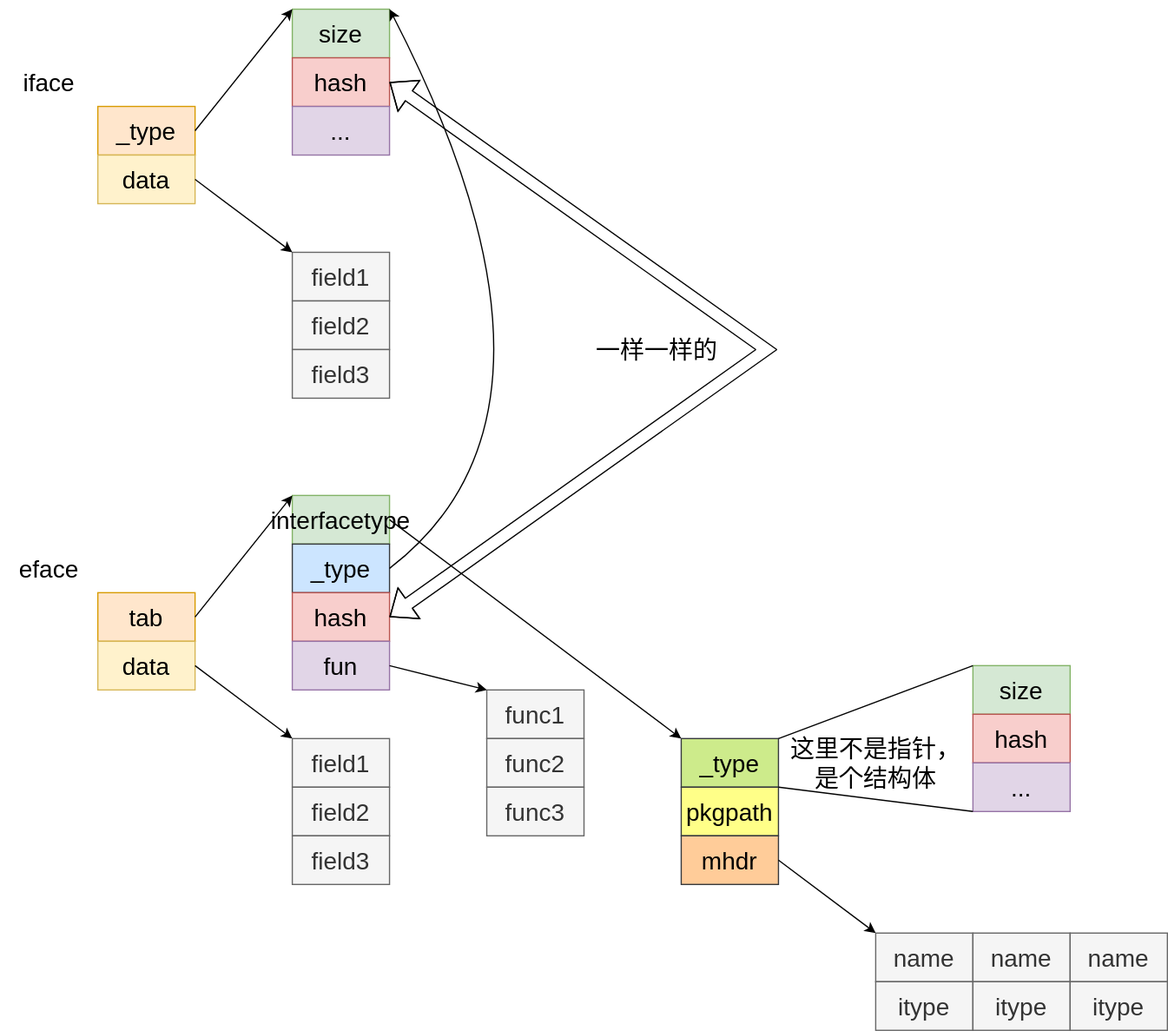
SuanCaiYv/GoBaseLearn keeps this draw.io diagram as advance/doc/interface.svg. Above is the earlier version. Source tidied: cells renumbered, new cells last; positions are measured from the earlier drawing's top-left corner, leaving out a move shared by most shapes.
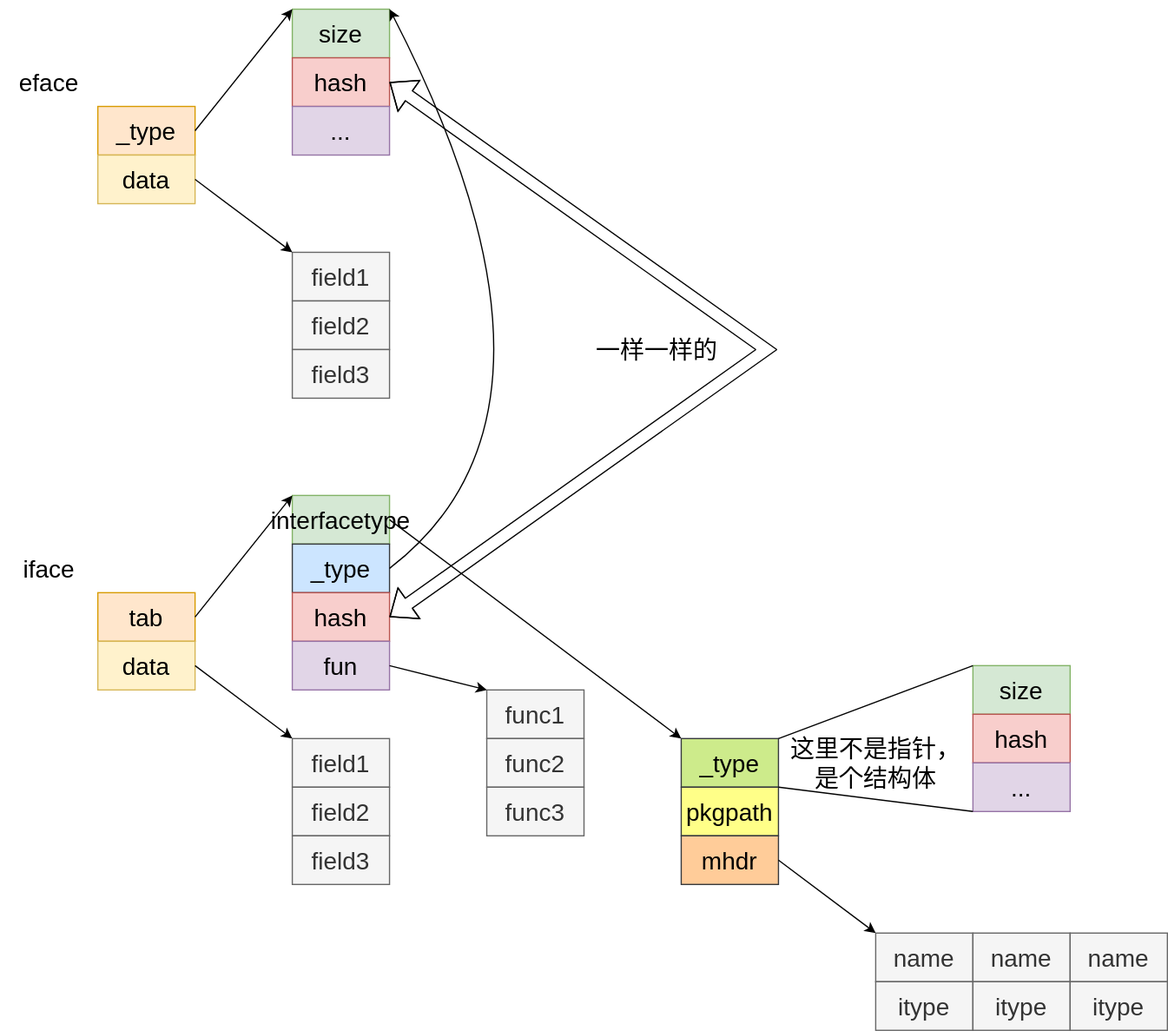
Later version of the same file.

The edit, as a diff of the source:
```diff
@@ -32,7 +32,7 @@
     <mxCell id="11" style="endArrow=classic;html=1;rounded=0;exitX=1;exitY=0.5;exitDx=0;exitDy=0;entryX=0;entryY=0;entryDx=0;entryDy=0;" parent="1" edge="1" source="3" target="7">
       <mxGeometry relative="1" as="geometry" />
     </mxCell>
-    <mxCell id="12" value="&lt;font style=&quot;font-size: 20px&quot;&gt;iface&lt;/font&gt;" style="text;html=1;strokeColor=none;fillColor=none;align=center;verticalAlign=middle;whiteSpace=wrap;rounded=0;" parent="1" vertex="1">
+    <mxCell id="12" value="&lt;font style=&quot;font-size: 20px&quot;&gt;eface&lt;/font&gt;" style="text;html=1;strokeColor=none;fillColor=none;align=center;verticalAlign=middle;whiteSpace=wrap;rounded=0;" parent="1" vertex="1">
       <mxGeometry y="40" width="80" height="40" as="geometry" />
     </mxCell>
     <mxCell id="13" value="&lt;font style=&quot;font-size: 20px&quot;&gt;tab&lt;/font&gt;" style="rounded=0;whiteSpace=wrap;html=1;fillColor=#ffe6cc;strokeColor=#d79b00;" parent="1" vertex="1">
@@ -65,7 +65,7 @@
     <mxCell id="22" style="endArrow=classic;html=1;rounded=0;exitX=1;exitY=0.5;exitDx=0;exitDy=0;entryX=0;entryY=0;entryDx=0;entryDy=0;" parent="1" edge="1" source="14" target="18">
       <mxGeometry relative="1" as="geometry" />
     </mxCell>
-    <mxCell id="23" value="&lt;font style=&quot;font-size: 20px&quot;&gt;eface&lt;/font&gt;" style="text;html=1;strokeColor=none;fillColor=none;align=center;verticalAlign=middle;whiteSpace=wrap;rounded=0;" parent="1" vertex="1">
+    <mxCell id="23" value="&lt;font style=&quot;font-size: 20px&quot;&gt;iface&lt;/font&gt;" style="text;html=1;strokeColor=none;fillColor=none;align=center;verticalAlign=middle;whiteSpace=wrap;rounded=0;" parent="1" vertex="1">
       <mxGeometry y="440" width="80" height="40" as="geometry" />
     </mxCell>
     <mxCell id="24" value="&lt;font style=&quot;font-size: 20px&quot;&gt;fun&lt;/font&gt;" style="rounded=0;whiteSpace=wrap;html=1;fillColor=#e1d5e7;strokeColor=#9673a6;" parent="1" vertex="1">
```
